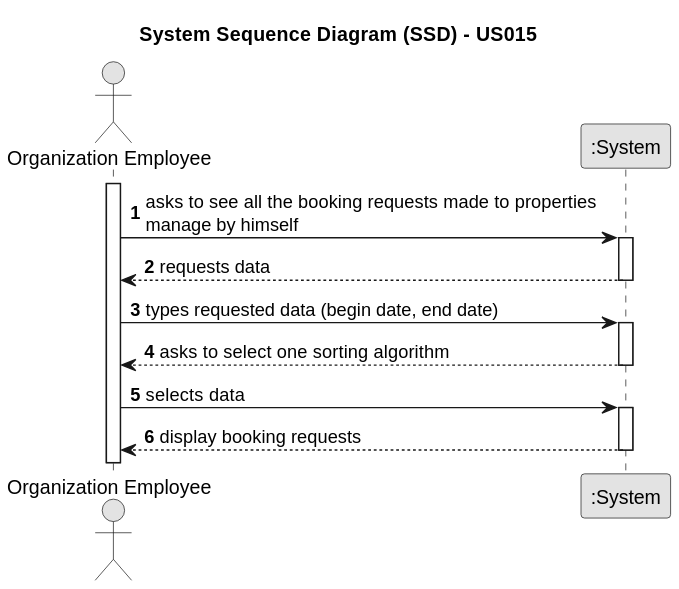
Above: docs/sprintD/us015/01.requirements-engineering/svg/us015-system-sequence-diagram.svg in rita-barbosa/LAPR2-2223 (PlantUML), before the change. The source it was exported from:
```plantuml
@startuml
skinparam monochrome true
skinparam packageStyle rectangle
skinparam shadowing false

title System Sequence Diagram (SSD) - US015

autonumber

actor "Organization Employee" as Agent
participant ":System" as System

activate Agent

    Agent -> System : asks to see all the booking requests made to properties \nmanage by himself
    activate System

        System --> Agent : requests data
    deactivate System

    Agent -> System : types requested data (begin date, end date)
    activate System

        System --> Agent : asks to select one sorting algorithm
    deactivate System

    Agent -> System : selects data
    activate System

        System --> Agent : display booking requests
    deactivate System
@enduml
```
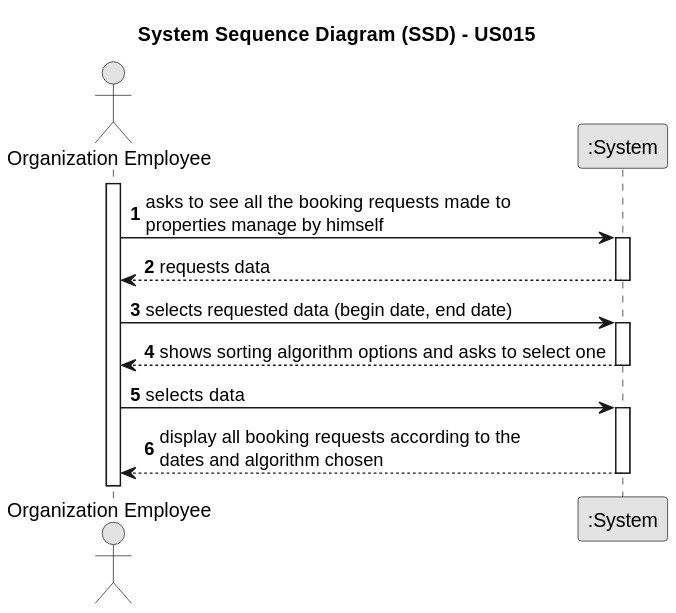
Above is the later version.

Commit message:
Update SSD + SVG [US015][Requirements Engineering]

What changed in the source:
```diff
@@ -12,21 +12,21 @@
 
 activate Agent
 
-    Agent -> System : asks to see all the booking requests made to properties \nmanage by himself
+    Agent -> System : asks to see all the booking requests made to \nproperties manage by himself
     activate System
 
-        System --> Agent : requests data
+    System --> Agent : requests data
     deactivate System
 
-    Agent -> System : types requested data (begin date, end date)
+    Agent -> System : selects requested data (begin date, end date)
     activate System
 
-        System --> Agent : asks to select one sorting algorithm
+    System --> Agent : shows sorting algorithm options and asks to select one
     deactivate System
 
     Agent -> System : selects data
     activate System
 
-        System --> Agent : display booking requests
+    System --> Agent : display all booking requests according to the \ndates and algorithm chosen
     deactivate System
 @enduml
```
